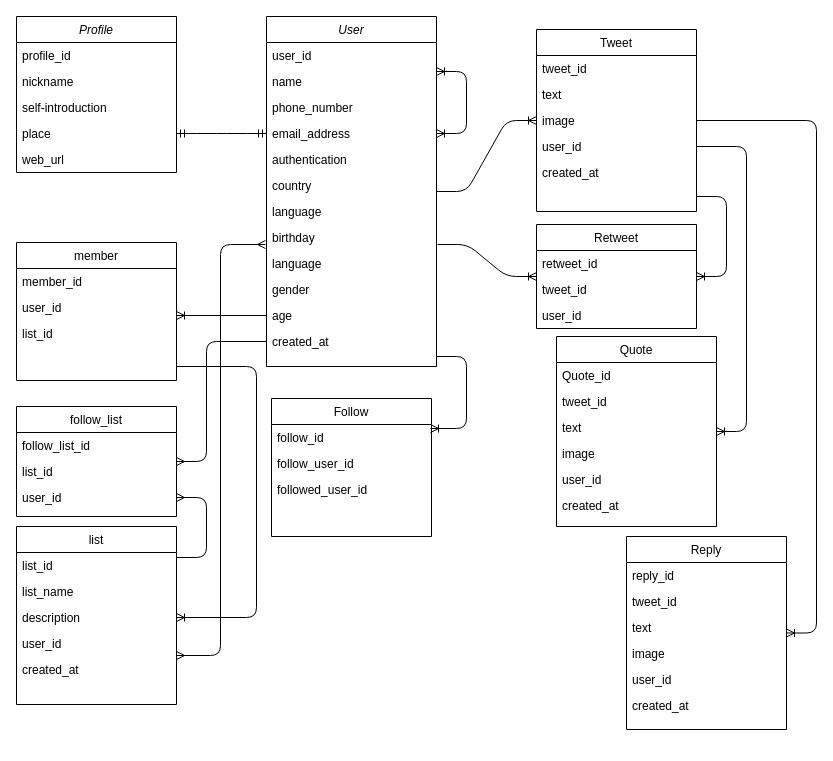
Above: Twitter_ER_diagrams.drawio in ShotaTsuru/ruby-practices (draw.io), before the change. Source tidied: cells renumbered, new cells numbered last; positions are measured from the earlier drawing's top-left corner, leaving out a move shared by most shapes. Both pictures are drawn from the tidied source at 100%, with x=0, y=0 at pixel (16, 16).
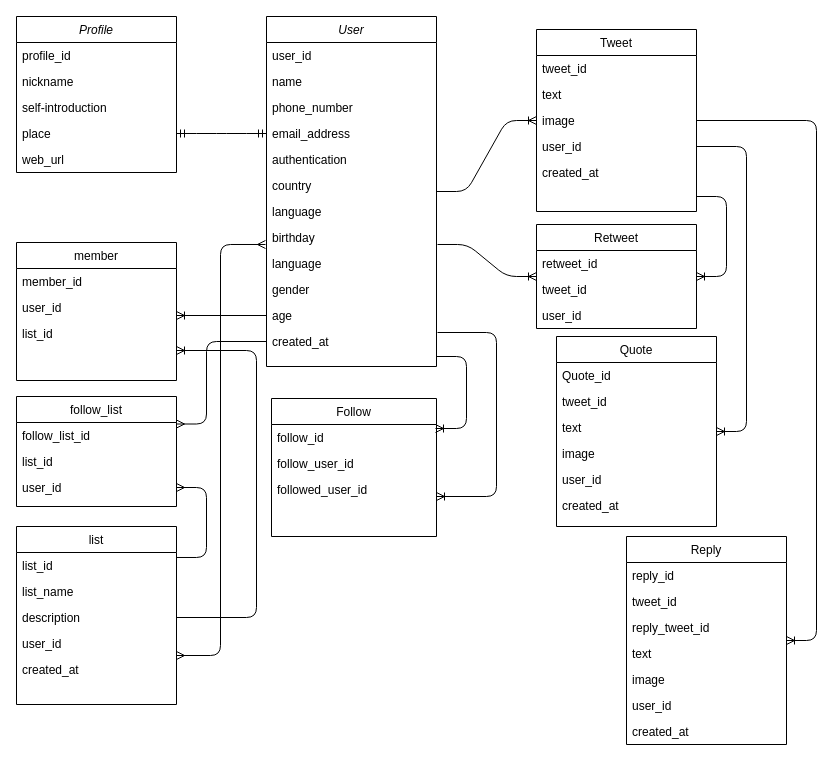
The same page after the edit.

The change refers to these unchanged cells:
```xml
<mxCell id="25" value="User" style="swimlane;fontStyle=2;align=center;verticalAlign=top;horizontal=1;startSize=26;rounded=0;shadow=0;strokeWidth=1;" parent="1" vertex="1">
  <mxGeometry x="250" width="170" height="350" as="geometry" />
</mxCell>
<mxCell id="27" value="name" style="text;align=left;verticalAlign=top;spacingLeft=4;spacingRight=4;overflow=hidden;points=[[0,0.5],[1,0.5]];portConstraint=eastwest;" parent="25" vertex="1">
  <mxGeometry y="52" width="170" height="26" as="geometry" />
</mxCell>
<mxCell id="29" value="email_address" style="text;align=left;verticalAlign=top;spacingLeft=4;spacingRight=4;overflow=hidden;points=[[0,0.5],[1,0.5]];portConstraint=eastwest;rounded=0;shadow=0;html=0;" parent="25" vertex="1">
  <mxGeometry y="104" width="170" height="26" as="geometry" />
</mxCell>
<mxCell id="37" value="created_at" style="text;align=left;verticalAlign=top;spacingLeft=4;spacingRight=4;overflow=hidden;points=[[0,0.5],[1,0.5]];portConstraint=eastwest;" parent="25" vertex="1">
  <mxGeometry y="312" width="170" height="26" as="geometry" />
</mxCell>
<mxCell id="42" value="description" style="text;align=left;verticalAlign=top;spacingLeft=4;spacingRight=4;overflow=hidden;points=[[0,0.5],[1,0.5]];portConstraint=eastwest;rounded=0;shadow=0;html=0;" parent="39" vertex="1">
  <mxGeometry y="78" width="160" height="26" as="geometry" />
</mxCell>
```

The edit, as a diff of the source:
```diff
@@
     <mxCell id="8" value="Reply" style="swimlane;fontStyle=0;align=center;verticalAlign=top;horizontal=1;startSize=26;rounded=0;shadow=0;strokeWidth=1;" parent="1" vertex="1">
-      <mxGeometry x="610" y="520" width="160" height="193" as="geometry" />
+      <mxGeometry x="610" y="520" width="160" height="208" as="geometry" />
     </mxCell>
@@
+    <mxCell id="76" value="reply_tweet_id" style="text;align=left;verticalAlign=top;spacingLeft=4;spacingRight=4;overflow=hidden;rounded=0;shadow=0;html=0;" parent="8" vertex="1">
+      <mxGeometry y="78" width="160" height="26" as="geometry" />
+    </mxCell>
     <mxCell id="11" value="text" style="text;align=left;verticalAlign=top;spacingLeft=4;spacingRight=4;overflow=hidden;rounded=0;shadow=0;html=0;" parent="8" vertex="1">
-      <mxGeometry y="78" width="160" height="26" as="geometry" />
+      <mxGeometry y="104" width="160" height="26" as="geometry" />
     </mxCell>
     <mxCell id="12" value="image" style="text;align=left;verticalAlign=top;spacingLeft=4;spacingRight=4;overflow=hidden;rounded=0;shadow=0;html=0;" parent="8" vertex="1">
-      <mxGeometry y="104" width="160" height="26" as="geometry" />
+      <mxGeometry y="130" width="160" height="26" as="geometry" />
     </mxCell>
     <mxCell id="13" value="user_id&#10;" style="text;align=left;verticalAlign=top;spacingLeft=4;spacingRight=4;overflow=hidden;rounded=0;shadow=0;html=0;" parent="8" vertex="1">
-      <mxGeometry y="130" width="160" height="26" as="geometry" />
+      <mxGeometry y="156" width="160" height="26" as="geometry" />
     </mxCell>
     <mxCell id="14" value="created_at" style="text;align=left;verticalAlign=top;spacingLeft=4;spacingRight=4;overflow=hidden;" parent="8" vertex="1">
-      <mxGeometry y="156" width="160" height="26" as="geometry" />
+      <mxGeometry y="182" width="160" height="26" as="geometry" />
     </mxCell>
@@
-    <mxCell id="38" style="edgeStyle=entityRelationEdgeStyle;fontSize=12;html=1;endArrow=ERoneToMany;startArrow=ERoneToMany;exitX=1;exitY=0.115;exitDx=0;exitDy=0;exitPerimeter=0;entryX=1;entryY=0.5;entryDx=0;entryDy=0;" parent="25" edge="1" source="27" target="29">
-      <mxGeometry relative="1" as="geometry" />
-    </mxCell>
@@
     <mxCell id="52" value="Follow" style="swimlane;fontStyle=0;align=center;verticalAlign=top;horizontal=1;startSize=26;rounded=0;shadow=0;strokeWidth=1;" parent="1" vertex="1">
-      <mxGeometry x="255" y="382" width="160" height="138" as="geometry" />
+      <mxGeometry x="255" y="382" width="165" height="138" as="geometry" />
     </mxCell>
     <mxCell id="53" value="follow_id" style="text;align=left;verticalAlign=top;spacingLeft=4;spacingRight=4;overflow=hidden;points=[[0,0.5],[1,0.5]];portConstraint=eastwest;" parent="52" vertex="1">
-      <mxGeometry y="26" width="160" height="26" as="geometry" />
+      <mxGeometry y="26" width="165" height="26" as="geometry" />
     </mxCell>
     <mxCell id="54" value="follow_user_id" style="text;align=left;verticalAlign=top;spacingLeft=4;spacingRight=4;overflow=hidden;" parent="52" vertex="1">
-      <mxGeometry y="52" width="160" height="26" as="geometry" />
+      <mxGeometry y="52" width="165" height="26" as="geometry" />
     </mxCell>
     <mxCell id="55" value="followed_user_id" style="text;align=left;verticalAlign=top;spacingLeft=4;spacingRight=4;overflow=hidden;rounded=0;shadow=0;html=0;" parent="52" vertex="1">
-      <mxGeometry y="78" width="160" height="26" as="geometry" />
+      <mxGeometry y="78" width="165" height="26" as="geometry" />
     </mxCell>
@@
     <mxCell id="61" value="follow_list" style="swimlane;fontStyle=0;align=center;verticalAlign=top;horizontal=1;startSize=26;rounded=0;shadow=0;strokeWidth=1;" parent="1" vertex="1">
-      <mxGeometry y="390" width="160" height="110" as="geometry" />
+      <mxGeometry y="380" width="160" height="110" as="geometry" />
     </mxCell>
@@
-    <mxCell id="66" style="edgeStyle=elbowEdgeStyle;fontSize=12;html=1;endArrow=ERmany;exitX=0;exitY=0.5;exitDx=0;exitDy=0;" parent="1" edge="1" source="37" target="61">
+    <mxCell id="66" style="edgeStyle=elbowEdgeStyle;fontSize=12;html=1;endArrow=ERmany;exitX=0;exitY=0.5;exitDx=0;exitDy=0;entryX=1;entryY=0.25;entryDx=0;entryDy=0;" parent="1" edge="1" source="37" target="61">
       <mxGeometry relative="1" as="geometry">
         <Array as="points">
           <mxPoint x="190" y="380" />
         </Array>
       </mxGeometry>
     </mxCell>
@@
-    <mxCell id="75" style="edgeStyle=elbowEdgeStyle;fontSize=12;html=1;endArrow=ERoneToMany;" parent="1" edge="1" target="42">
+    <mxCell id="75" style="edgeStyle=elbowEdgeStyle;fontSize=12;html=1;endArrow=ERoneToMany;exitX=1;exitY=0.5;exitDx=0;exitDy=0;" parent="1" edge="1" source="42">
       <mxGeometry relative="1" as="geometry">
-        <mxPoint x="160" y="350" as="sourcePoint" />
+        <mxPoint x="160" y="334" as="targetPoint" />
         <Array as="points">
           <mxPoint x="240" y="470" />
         </Array>
       </mxGeometry>
     </mxCell>
+    <mxCell id="77" style="edgeStyle=elbowEdgeStyle;fontSize=12;html=1;endArrow=ERoneToMany;exitX=1.006;exitY=0.154;exitDx=0;exitDy=0;exitPerimeter=0;" parent="1" edge="1" source="37">
+      <mxGeometry relative="1" as="geometry">
+        <mxPoint x="420" y="480" as="targetPoint" />
+        <Array as="points">
+          <mxPoint x="480" y="400" />
+        </Array>
+      </mxGeometry>
+    </mxCell>
```
